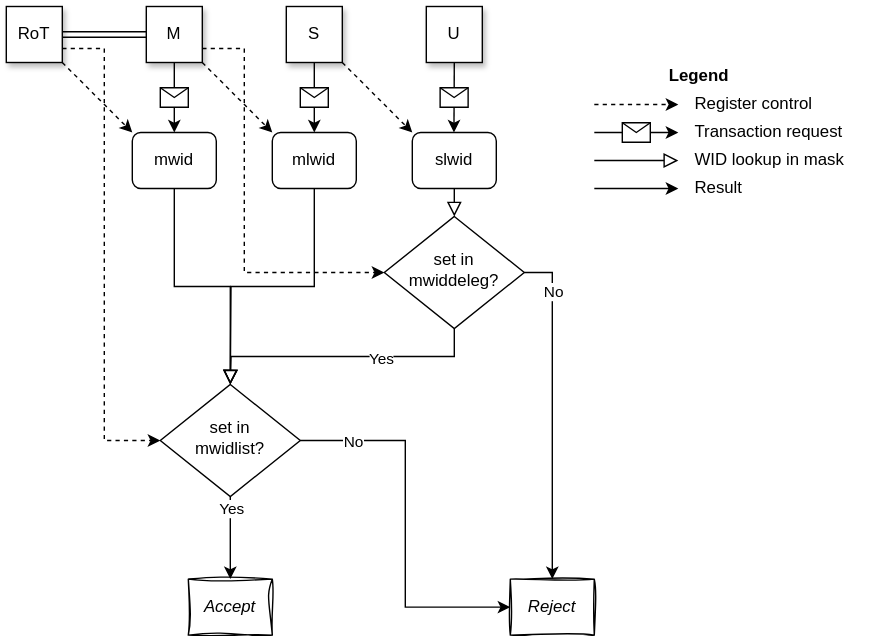
MIPS/riscv-partitioning keeps this draw.io diagram as src/images/WG-V0.drawio.svg. Above is the earlier version. Source tidied: cells renumbered, new cells last; positions are measured from the earlier drawing's top-left corner, leaving out a move shared by most shapes. The source it was exported from:
```xml
<mxGraphModel>
  <root>
    <mxCell id="0" />
    <mxCell id="1" parent="0" />
    <mxCell id="2" value="M" style="rounded=0;whiteSpace=wrap;html=1;fontSize=12;glass=0;strokeWidth=1;shadow=1;" parent="1" vertex="1">
      <mxGeometry x="100" width="40" height="40" as="geometry" />
    </mxCell>
    <mxCell id="3" value="S" style="rounded=0;whiteSpace=wrap;html=1;fontSize=12;glass=0;strokeWidth=1;shadow=1;" parent="1" vertex="1">
      <mxGeometry x="200" width="40" height="40" as="geometry" />
    </mxCell>
    <mxCell id="4" value="U" style="rounded=0;whiteSpace=wrap;html=1;fontSize=12;glass=0;strokeWidth=1;shadow=1;" parent="1" vertex="1">
      <mxGeometry x="300" width="40" height="40" as="geometry" />
    </mxCell>
    <mxCell id="5" value="mwid" style="rounded=1;whiteSpace=wrap;html=1;fontSize=12;glass=0;strokeWidth=1;shadow=0;fillColor=#FFFFFF;fillStyle=solid;" parent="1" vertex="1">
      <mxGeometry x="90" y="90" width="60" height="40" as="geometry" />
    </mxCell>
    <mxCell id="6" value="mlwid" style="rounded=1;whiteSpace=wrap;html=1;fontSize=12;glass=0;strokeWidth=1;shadow=0;" parent="1" vertex="1">
      <mxGeometry x="190" y="90" width="60" height="40" as="geometry" />
    </mxCell>
    <mxCell id="7" value="slwid" style="rounded=1;whiteSpace=wrap;html=1;fontSize=12;glass=0;strokeWidth=1;shadow=0;" parent="1" vertex="1">
      <mxGeometry x="290" y="90" width="60" height="40" as="geometry" />
    </mxCell>
    <mxCell id="8" value="set in&lt;br&gt;mwidlist?" style="rhombus;whiteSpace=wrap;html=1;shadow=0;fontFamily=Helvetica;fontSize=12;align=center;strokeWidth=1;spacing=6;spacingTop=-4;" parent="1" vertex="1">
      <mxGeometry x="110" y="270" width="100" height="80" as="geometry" />
    </mxCell>
    <mxCell id="9" value="Accept" style="rounded=0;whiteSpace=wrap;html=1;fontSize=12;glass=0;strokeWidth=1;shadow=0;sketch=1;curveFitting=1;jiggle=2;fontStyle=2;" parent="1" vertex="1">
      <mxGeometry x="130" y="409" width="60" height="40" as="geometry" />
    </mxCell>
    <mxCell id="10" style="edgeStyle=orthogonalEdgeStyle;rounded=0;jettySize=auto;html=1;exitX=0.5;exitY=1;exitDx=0;exitDy=0;entryX=0.5;entryY=0;entryDx=0;entryDy=0;" parent="1" edge="1" source="8" target="9">
      <mxGeometry relative="1" as="geometry" />
    </mxCell>
    <mxCell id="11" value="Yes" style="edgeLabel;html=1;align=center;verticalAlign=middle;" parent="10" vertex="1">
      <mxGeometry x="-0.72" relative="1" as="geometry" />
    </mxCell>
    <mxCell id="12" value="set in&lt;br&gt;mwiddeleg?" style="rhombus;whiteSpace=wrap;html=1;shadow=0;fontFamily=Helvetica;fontSize=12;align=center;strokeWidth=1;spacing=6;spacingTop=-4;" parent="1" vertex="1">
      <mxGeometry x="270" y="150" width="100" height="80" as="geometry" />
    </mxCell>
    <mxCell id="13" style="rounded=0;html=1;jettySize=auto;fontSize=11;endArrow=block;endFill=0;endSize=8;strokeWidth=1;shadow=0;labelBackgroundColor=none;edgeStyle=orthogonalEdgeStyle;exitX=0.5;exitY=1;exitDx=0;exitDy=0;" parent="1" edge="1" source="5" target="8">
      <mxGeometry relative="1" as="geometry" />
    </mxCell>
    <mxCell id="14" style="rounded=0;html=1;jettySize=auto;fontSize=11;endArrow=block;endFill=0;endSize=8;strokeWidth=1;shadow=0;labelBackgroundColor=none;edgeStyle=orthogonalEdgeStyle;exitX=0.5;exitY=1;exitDx=0;exitDy=0;" parent="1" edge="1" source="6">
      <mxGeometry relative="1" as="geometry">
        <mxPoint x="160" y="270" as="targetPoint" />
      </mxGeometry>
    </mxCell>
    <mxCell id="15" style="rounded=0;html=1;jettySize=auto;fontSize=11;endArrow=block;endFill=0;endSize=8;strokeWidth=1;shadow=0;labelBackgroundColor=none;edgeStyle=orthogonalEdgeStyle;exitX=0.5;exitY=1;exitDx=0;exitDy=0;" parent="1" edge="1" source="12">
      <mxGeometry relative="1" as="geometry">
        <mxPoint x="160" y="270" as="targetPoint" />
      </mxGeometry>
    </mxCell>
    <mxCell id="16" value="Yes" style="edgeLabel;html=1;align=center;verticalAlign=middle;" parent="15" vertex="1">
      <mxGeometry x="-0.27" y="1" relative="1" as="geometry" />
    </mxCell>
    <mxCell id="17" style="rounded=0;html=1;jettySize=auto;fontSize=11;endArrow=block;endFill=0;endSize=8;strokeWidth=1;shadow=0;labelBackgroundColor=none;edgeStyle=orthogonalEdgeStyle;exitX=0.5;exitY=1;exitDx=0;exitDy=0;entryX=0.5;entryY=0;entryDx=0;entryDy=0;" parent="1" edge="1" source="7" target="12">
      <mxGeometry relative="1" as="geometry" />
    </mxCell>
    <mxCell id="18" value="Reject" style="rounded=0;whiteSpace=wrap;html=1;fontSize=12;glass=0;strokeWidth=1;shadow=0;sketch=1;curveFitting=1;jiggle=2;fillColor=default;fontStyle=2;" parent="1" vertex="1">
      <mxGeometry x="360" y="409" width="60" height="40" as="geometry" />
    </mxCell>
    <mxCell id="19" style="edgeStyle=orthogonalEdgeStyle;rounded=0;jettySize=auto;html=1;exitX=1;exitY=0.5;exitDx=0;exitDy=0;entryX=0;entryY=0.5;entryDx=0;entryDy=0;" parent="1" edge="1" source="8" target="18">
      <mxGeometry relative="1" as="geometry" />
    </mxCell>
    <mxCell id="20" value="No" style="edgeLabel;html=1;align=center;verticalAlign=middle;" parent="19" vertex="1">
      <mxGeometry x="-0.72" relative="1" as="geometry" />
    </mxCell>
    <mxCell id="21" style="edgeStyle=orthogonalEdgeStyle;rounded=0;jettySize=auto;html=1;exitX=1;exitY=0.5;exitDx=0;exitDy=0;entryX=0.5;entryY=0;entryDx=0;entryDy=0;" parent="1" edge="1" source="12" target="18">
      <mxGeometry relative="1" as="geometry" />
    </mxCell>
    <mxCell id="22" value="No" style="edgeLabel;html=1;align=center;verticalAlign=middle;" parent="21" vertex="1">
      <mxGeometry x="-0.72" relative="1" as="geometry" />
    </mxCell>
    <mxCell id="23" style="endArrow=classic;html=1;rounded=0;exitX=0.5;exitY=1;exitDx=0;exitDy=0;entryX=0.5;entryY=0;entryDx=0;entryDy=0;" parent="1" edge="1" source="2" target="5">
      <mxGeometry relative="1" as="geometry" />
    </mxCell>
    <mxCell id="24" style="shape=message;html=1;" parent="23" vertex="1">
      <mxGeometry width="20" height="14" relative="1" as="geometry">
        <mxPoint x="-10" y="-7" as="offset" />
      </mxGeometry>
    </mxCell>
    <mxCell id="25" style="endArrow=classic;html=1;rounded=0;exitX=0.5;exitY=1;exitDx=0;exitDy=0;entryX=0.5;entryY=0;entryDx=0;entryDy=0;" parent="1" edge="1" source="3" target="6">
      <mxGeometry relative="1" as="geometry" />
    </mxCell>
    <mxCell id="26" style="shape=message;html=1;" parent="25" vertex="1">
      <mxGeometry width="20" height="14" relative="1" as="geometry">
        <mxPoint x="-10" y="-7" as="offset" />
      </mxGeometry>
    </mxCell>
    <mxCell id="27" style="endArrow=classic;html=1;rounded=0;entryX=0.5;entryY=0;entryDx=0;entryDy=0;exitX=0.5;exitY=1;exitDx=0;exitDy=0;" parent="1" edge="1" source="4">
      <mxGeometry relative="1" as="geometry">
        <mxPoint x="319.8" y="90" as="targetPoint" />
      </mxGeometry>
    </mxCell>
    <mxCell id="28" style="shape=message;html=1;" parent="27" vertex="1">
      <mxGeometry width="20" height="14" relative="1" as="geometry">
        <mxPoint x="-10" y="-7" as="offset" />
      </mxGeometry>
    </mxCell>
    <mxCell id="29" style="endArrow=classic;html=1;rounded=0;exitX=1;exitY=1;exitDx=0;exitDy=0;entryX=0;entryY=0;entryDx=0;entryDy=0;dashed=1;" parent="1" edge="1" source="2" target="6">
      <mxGeometry relative="1" as="geometry" />
    </mxCell>
    <mxCell id="30" style="endArrow=classic;html=1;rounded=0;exitX=1;exitY=1;exitDx=0;exitDy=0;entryX=0;entryY=0;entryDx=0;entryDy=0;dashed=1;" parent="1" edge="1" source="3" target="7">
      <mxGeometry relative="1" as="geometry" />
    </mxCell>
    <mxCell id="31" style="endArrow=classic;html=1;rounded=0;entryX=0;entryY=0.5;entryDx=0;entryDy=0;dashed=1;edgeStyle=elbowEdgeStyle;" parent="1" edge="1" target="12">
      <mxGeometry relative="1" as="geometry">
        <mxPoint x="140" y="30" as="sourcePoint" />
        <Array as="points">
          <mxPoint x="170" y="110" />
        </Array>
      </mxGeometry>
    </mxCell>
    <mxCell id="32" value="RoT" style="rounded=0;whiteSpace=wrap;html=1;fontSize=12;glass=0;strokeWidth=1;shadow=1;" parent="1" vertex="1">
      <mxGeometry width="40" height="40" as="geometry" />
    </mxCell>
    <mxCell id="33" style="endArrow=classic;html=1;rounded=0;exitX=1;exitY=1;exitDx=0;exitDy=0;entryX=0;entryY=0;entryDx=0;entryDy=0;dashed=1;" parent="1" edge="1" source="32" target="5">
      <mxGeometry relative="1" as="geometry" />
    </mxCell>
    <mxCell id="34" style="endArrow=classic;html=1;rounded=0;entryX=0;entryY=0.5;entryDx=0;entryDy=0;dashed=1;edgeStyle=elbowEdgeStyle;exitX=1;exitY=0.75;exitDx=0;exitDy=0;" parent="1" edge="1" source="32" target="8">
      <mxGeometry relative="1" as="geometry">
        <Array as="points">
          <mxPoint x="70" y="180" />
        </Array>
      </mxGeometry>
    </mxCell>
    <mxCell id="35" style="endArrow=classic;html=1;rounded=0;dashed=1;" parent="1" edge="1">
      <mxGeometry relative="1" as="geometry">
        <mxPoint x="420" y="70" as="sourcePoint" />
        <mxPoint x="480" y="70" as="targetPoint" />
      </mxGeometry>
    </mxCell>
    <mxCell id="36" style="endArrow=classic;html=1;rounded=0;" parent="1" edge="1">
      <mxGeometry relative="1" as="geometry">
        <mxPoint x="420" y="90" as="sourcePoint" />
        <mxPoint x="480" y="90" as="targetPoint" />
      </mxGeometry>
    </mxCell>
    <mxCell id="37" style="shape=message;html=1;" parent="36" vertex="1">
      <mxGeometry width="20" height="14" relative="1" as="geometry">
        <mxPoint x="-10" y="-7" as="offset" />
      </mxGeometry>
    </mxCell>
    <mxCell id="38" style="rounded=0;html=1;jettySize=auto;orthogonalLoop=1;fontSize=11;endArrow=block;endFill=0;endSize=8;strokeWidth=1;shadow=0;labelBackgroundColor=none;edgeStyle=orthogonalEdgeStyle;" parent="1" edge="1">
      <mxGeometry relative="1" as="geometry">
        <mxPoint x="420" y="110" as="sourcePoint" />
        <mxPoint x="480" y="110" as="targetPoint" />
      </mxGeometry>
    </mxCell>
    <mxCell id="39" style="edgeStyle=orthogonalEdgeStyle;rounded=0;orthogonalLoop=1;jettySize=auto;html=1;" parent="1" edge="1">
      <mxGeometry relative="1" as="geometry">
        <mxPoint x="420" y="130" as="sourcePoint" />
        <mxPoint x="480" y="130" as="targetPoint" />
      </mxGeometry>
    </mxCell>
    <mxCell id="40" value="Register control" style="text;html=1;align=left;verticalAlign=middle;whiteSpace=wrap;rounded=0;" parent="1" vertex="1">
      <mxGeometry x="490" y="60" width="130" height="20" as="geometry" />
    </mxCell>
    <mxCell id="41" value="Transaction request" style="text;html=1;align=left;verticalAlign=middle;whiteSpace=wrap;rounded=0;" parent="1" vertex="1">
      <mxGeometry x="490" y="80" width="130" height="20" as="geometry" />
    </mxCell>
    <mxCell id="42" value="WID lookup in mask" style="text;html=1;align=left;verticalAlign=middle;whiteSpace=wrap;rounded=0;" parent="1" vertex="1">
      <mxGeometry x="490" y="100" width="130" height="20" as="geometry" />
    </mxCell>
    <mxCell id="43" value="Result" style="text;html=1;align=left;verticalAlign=middle;whiteSpace=wrap;rounded=0;" parent="1" vertex="1">
      <mxGeometry x="490" y="120" width="130" height="20" as="geometry" />
    </mxCell>
    <mxCell id="44" value="Legend" style="text;html=1;align=center;verticalAlign=middle;whiteSpace=wrap;rounded=0;fontStyle=1;" parent="1" vertex="1">
      <mxGeometry x="420" y="40" width="150" height="20" as="geometry" />
    </mxCell>
    <mxCell id="45" style="shape=link;html=1;rounded=0;exitX=1;exitY=0.5;exitDx=0;exitDy=0;entryX=0;entryY=0.5;entryDx=0;entryDy=0;" parent="1" edge="1" source="32" target="2">
      <mxGeometry relative="1" as="geometry" />
    </mxCell>
  </root>
</mxGraphModel>
```
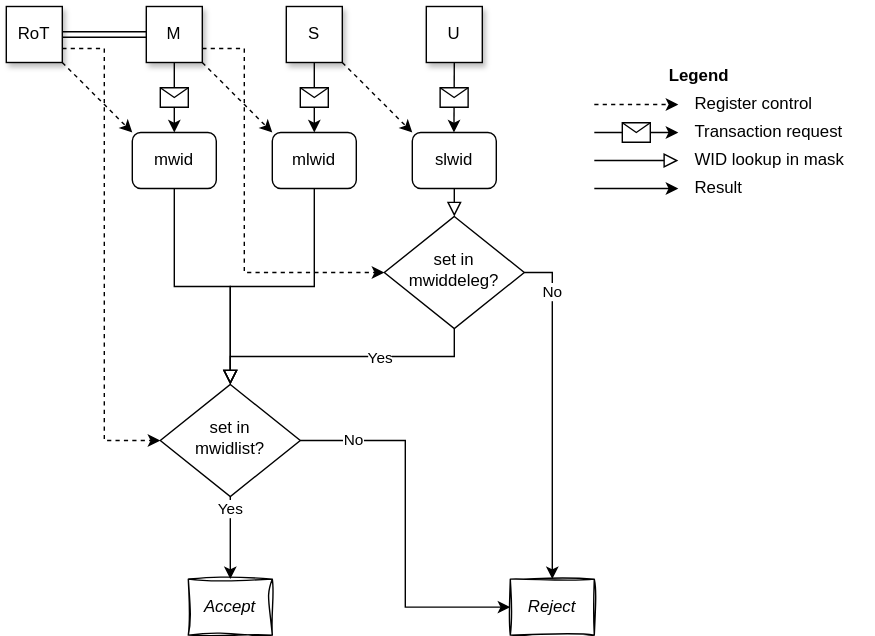
Above is the later version.

What changed in the source:
```diff
@@ -36,17 +36,24 @@
       <mxGeometry x="270" y="150" width="100" height="80" as="geometry" />
     </mxCell>
     <mxCell id="13" style="rounded=0;html=1;jettySize=auto;fontSize=11;endArrow=block;endFill=0;endSize=8;strokeWidth=1;shadow=0;labelBackgroundColor=none;edgeStyle=orthogonalEdgeStyle;exitX=0.5;exitY=1;exitDx=0;exitDy=0;" parent="1" edge="1" source="5" target="8">
-      <mxGeometry relative="1" as="geometry" />
+      <mxGeometry relative="1" as="geometry">
+        <Array as="points">
+          <mxPoint x="120" y="200" />
+          <mxPoint x="160" y="200" />
+        </Array>
+      </mxGeometry>
     </mxCell>
     <mxCell id="14" style="rounded=0;html=1;jettySize=auto;fontSize=11;endArrow=block;endFill=0;endSize=8;strokeWidth=1;shadow=0;labelBackgroundColor=none;edgeStyle=orthogonalEdgeStyle;exitX=0.5;exitY=1;exitDx=0;exitDy=0;" parent="1" edge="1" source="6">
       <mxGeometry relative="1" as="geometry">
         <mxPoint x="160" y="270" as="targetPoint" />
+        <Array as="points">
+          <mxPoint x="220" y="200" />
+          <mxPoint x="160" y="200" />
+        </Array>
       </mxGeometry>
     </mxCell>
-    <mxCell id="15" style="rounded=0;html=1;jettySize=auto;fontSize=11;endArrow=block;endFill=0;endSize=8;strokeWidth=1;shadow=0;labelBackgroundColor=none;edgeStyle=orthogonalEdgeStyle;exitX=0.5;exitY=1;exitDx=0;exitDy=0;" parent="1" edge="1" source="12">
-      <mxGeometry relative="1" as="geometry">
-        <mxPoint x="160" y="270" as="targetPoint" />
-      </mxGeometry>
+    <mxCell id="15" style="rounded=0;html=1;jettySize=auto;fontSize=11;endArrow=block;endFill=0;endSize=8;strokeWidth=1;shadow=0;labelBackgroundColor=none;edgeStyle=orthogonalEdgeStyle;exitX=0.5;exitY=1;exitDx=0;exitDy=0;" parent="1" edge="1" source="12" target="8">
+      <mxGeometry relative="1" as="geometry" />
     </mxCell>
     <mxCell id="16" value="Yes" style="edgeLabel;html=1;align=center;verticalAlign=middle;" parent="15" vertex="1">
       <mxGeometry x="-0.27" y="1" relative="1" as="geometry" />
```
